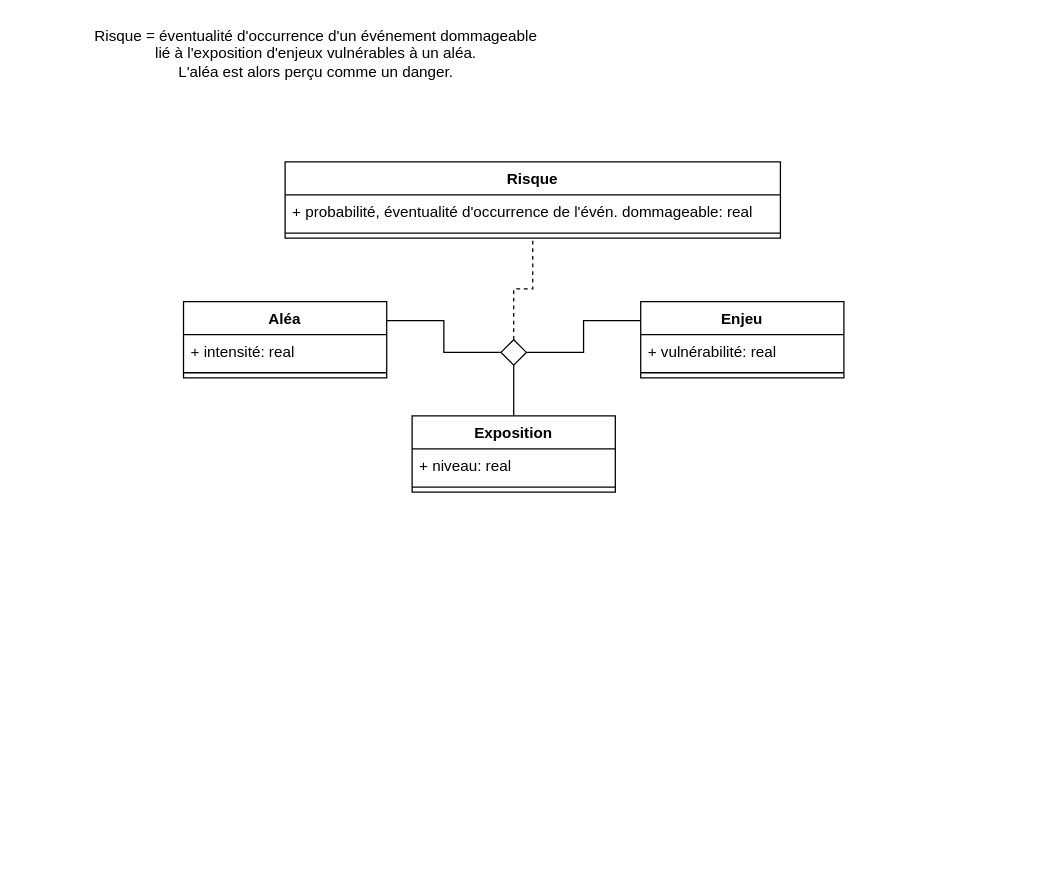
The draw.io diagram risk_ternary_association.drawio in EmmanuelRouxIRD/PROGYSAT-VecTrans, before the edit. Source tidied: cells renumbered, new cells numbered last; positions are measured from the earlier drawing's top-left corner, leaving out a move shared by most shapes. Both pictures are drawn from the tidied source at 127%, with x=0, y=0 at pixel (86, 22).
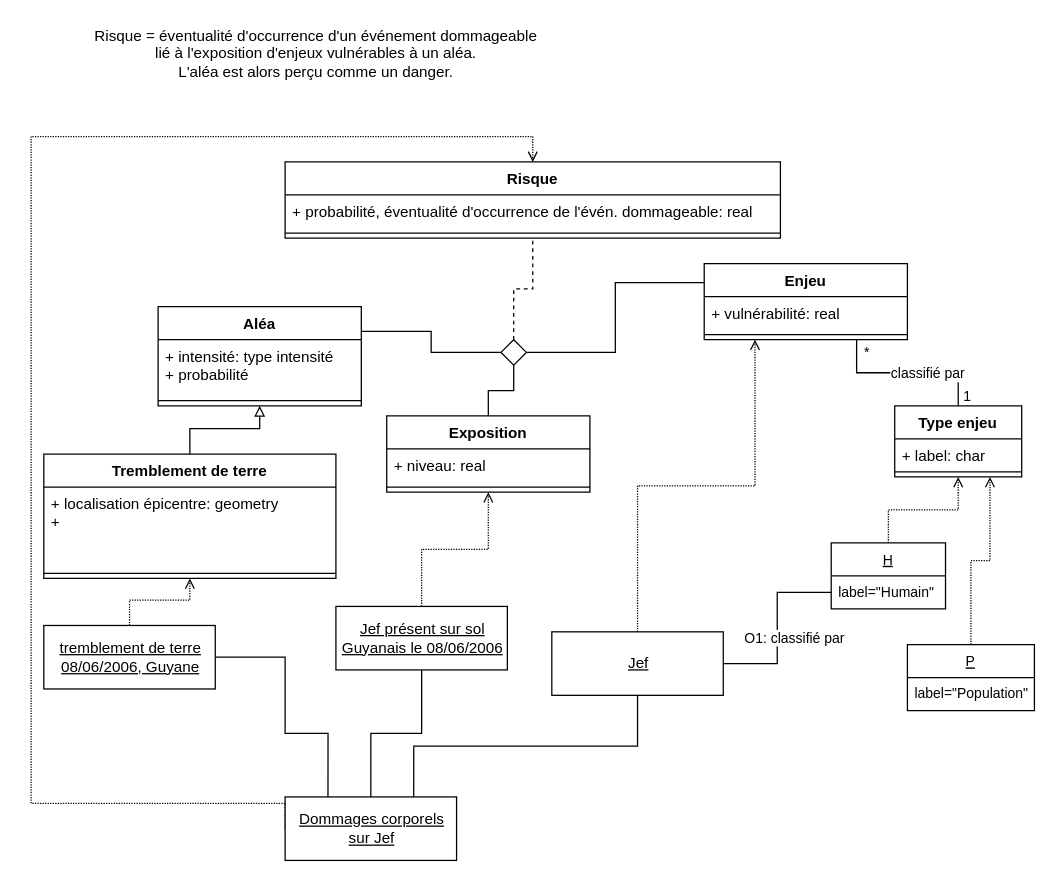
After the change.

Unchanged cells that the change refers to:
```xml
<mxCell id="17" value="Risque" style="swimlane;fontStyle=1;align=center;verticalAlign=top;horizontal=1;startSize=26;" parent="1" vertex="1">
  <mxGeometry x="156" y="110" width="390" height="60" as="geometry" />
</mxCell>
```

What changed in the source:
```diff
@@
     <mxCell id="2" value="Exposition" style="swimlane;fontStyle=1;align=center;verticalAlign=top;horizontal=1;startSize=26;" parent="1" vertex="1">
-      <mxGeometry x="256" y="310" width="160" height="60" as="geometry" />
+      <mxGeometry x="236" y="310" width="160" height="60" as="geometry" />
     </mxCell>
@@
+    <mxCell id="20" style="edgeStyle=orthogonalEdgeStyle;shape=connector;rounded=0;jettySize=auto;html=1;entryX=0.5;entryY=0;entryDx=0;entryDy=0;labelBackgroundColor=default;fontFamily=Helvetica;fontSize=11;fontColor=default;endArrow=none;endFill=0;strokeColor=default;exitX=0.75;exitY=1;exitDx=0;exitDy=0;" parent="1" edge="1" source="5" target="39">
+      <mxGeometry relative="1" as="geometry" />
+    </mxCell>
+    <mxCell id="21" value="classifié par" style="edgeLabel;html=1;align=center;verticalAlign=middle;fontSize=11;fontFamily=Helvetica;fontColor=default;" parent="20" vertex="1">
+      <mxGeometry x="0.23" relative="1" as="geometry" />
+    </mxCell>
     <mxCell id="5" value="Enjeu" style="swimlane;fontStyle=1;align=center;verticalAlign=top;horizontal=1;startSize=26;" parent="1" vertex="1">
-      <mxGeometry x="436" y="220" width="160" height="60" as="geometry" />
+      <mxGeometry x="486" y="190" width="160" height="60" as="geometry" />
     </mxCell>
@@
     <mxCell id="8" value="Aléa" style="swimlane;fontStyle=1;align=center;verticalAlign=top;horizontal=1;startSize=26;" parent="1" vertex="1">
-      <mxGeometry x="76" y="220" width="160" height="60" as="geometry" />
+      <mxGeometry x="56" y="224" width="160" height="78" as="geometry" />
     </mxCell>
-    <mxCell id="9" value="+ intensité: real" style="text;strokeColor=none;fillColor=none;align=left;verticalAlign=top;spacingLeft=4;spacingRight=4;overflow=hidden;" parent="8" vertex="1">
-      <mxGeometry y="26" width="160" height="26" as="geometry" />
+    <mxCell id="9" value="+ intensité: type intensité&#10;+ probabilité" style="text;strokeColor=none;fillColor=none;align=left;verticalAlign=top;spacingLeft=4;spacingRight=4;overflow=hidden;" parent="8" vertex="1">
+      <mxGeometry y="26" width="160" height="44" as="geometry" />
     </mxCell>
     <mxCell id="10" style="line;strokeWidth=1;fillColor=none;align=left;verticalAlign=middle;spacingTop=-1;spacingLeft=3;spacingRight=3;labelPosition=right;" parent="8" vertex="1">
-      <mxGeometry y="52" width="160" height="8" as="geometry" />
+      <mxGeometry y="70" width="160" height="8" as="geometry" />
     </mxCell>
@@
+    <mxCell id="22" style="edgeStyle=orthogonalEdgeStyle;rounded=0;jettySize=auto;html=1;dashed=1;dashPattern=1 1;endArrow=open;endFill=0;entryX=0.5;entryY=1;entryDx=0;entryDy=0;" parent="1" edge="1" source="24" target="33">
+      <mxGeometry relative="1" as="geometry" />
+    </mxCell>
+    <mxCell id="23" style="edgeStyle=orthogonalEdgeStyle;shape=connector;rounded=0;jettySize=auto;html=1;exitX=1;exitY=0.5;exitDx=0;exitDy=0;entryX=0.25;entryY=0;entryDx=0;entryDy=0;labelBackgroundColor=default;fontFamily=Helvetica;fontSize=11;fontColor=default;endArrow=none;endFill=0;strokeColor=default;" parent="1" edge="1" source="24" target="38">
+      <mxGeometry relative="1" as="geometry">
+        <Array as="points">
+          <mxPoint x="156" y="500" />
+          <mxPoint x="156" y="560" />
+          <mxPoint x="190" y="560" />
+        </Array>
+      </mxGeometry>
+    </mxCell>
+    <mxCell id="24" value="&lt;u&gt;tremblement de terre&lt;br&gt;08/06/2006, Guyane&lt;/u&gt;" style="html=1;" parent="1" vertex="1">
+      <mxGeometry x="-34" y="475" width="135" height="50" as="geometry" />
+    </mxCell>
+    <mxCell id="25" style="edgeStyle=orthogonalEdgeStyle;rounded=0;jettySize=auto;html=1;dashed=1;dashPattern=1 1;endArrow=open;endFill=0;entryX=0.25;entryY=1;entryDx=0;entryDy=0;" parent="1" edge="1" source="28" target="5">
+      <mxGeometry relative="1" as="geometry" />
+    </mxCell>
+    <mxCell id="26" style="edgeStyle=orthogonalEdgeStyle;shape=connector;rounded=0;jettySize=auto;html=1;entryX=0;entryY=0.5;entryDx=0;entryDy=0;labelBackgroundColor=default;fontFamily=Helvetica;fontSize=11;fontColor=default;endArrow=none;endFill=0;strokeColor=default;exitX=1;exitY=0.5;exitDx=0;exitDy=0;" parent="1" edge="1" source="28" target="46">
+      <mxGeometry relative="1" as="geometry" />
+    </mxCell>
+    <mxCell id="27" value="O1: classifié par" style="edgeLabel;html=1;align=center;verticalAlign=middle;fontSize=11;fontFamily=Helvetica;fontColor=default;" parent="26" vertex="1">
+      <mxGeometry x="-0.34" y="1" relative="1" as="geometry">
+        <mxPoint x="14" y="-16" as="offset" />
+      </mxGeometry>
+    </mxCell>
+    <mxCell id="28" value="&lt;u&gt;Jef&lt;/u&gt;" style="html=1;" parent="1" vertex="1">
+      <mxGeometry x="366" y="480" width="135" height="50" as="geometry" />
+    </mxCell>
+    <mxCell id="29" style="edgeStyle=orthogonalEdgeStyle;rounded=0;jettySize=auto;html=1;entryX=0.5;entryY=1;entryDx=0;entryDy=0;endArrow=open;endFill=0;dashed=1;dashPattern=1 1;" parent="1" edge="1" source="31" target="2">
+      <mxGeometry relative="1" as="geometry" />
+    </mxCell>
+    <mxCell id="30" style="edgeStyle=orthogonalEdgeStyle;shape=connector;rounded=0;jettySize=auto;html=1;exitX=0.5;exitY=1;exitDx=0;exitDy=0;entryX=0.5;entryY=0;entryDx=0;entryDy=0;labelBackgroundColor=default;fontFamily=Helvetica;fontSize=11;fontColor=default;endArrow=none;endFill=0;strokeColor=default;" parent="1" edge="1" source="31" target="38">
+      <mxGeometry relative="1" as="geometry" />
+    </mxCell>
+    <mxCell id="31" value="&lt;u&gt;Jef présent sur sol&lt;br&gt;Guyanais le 08/06/2006&lt;/u&gt;" style="html=1;" parent="1" vertex="1">
+      <mxGeometry x="196" y="460" width="135" height="50" as="geometry" />
+    </mxCell>
+    <mxCell id="32" style="edgeStyle=orthogonalEdgeStyle;rounded=0;jettySize=auto;html=1;entryX=0.5;entryY=1;entryDx=0;entryDy=0;endArrow=block;endFill=0;" parent="1" edge="1" source="33" target="8">
+      <mxGeometry relative="1" as="geometry" />
+    </mxCell>
+    <mxCell id="33" value="Tremblement de terre" style="swimlane;fontStyle=1;align=center;verticalAlign=top;horizontal=1;startSize=26;" parent="1" vertex="1">
+      <mxGeometry x="-34" y="340" width="230" height="98" as="geometry" />
+    </mxCell>
+    <mxCell id="34" value="+ localisation épicentre: geometry&#10;+ &#10;" style="text;strokeColor=none;fillColor=none;align=left;verticalAlign=top;spacingLeft=4;spacingRight=4;overflow=hidden;" parent="33" vertex="1">
+      <mxGeometry y="26" width="230" height="64" as="geometry" />
+    </mxCell>
+    <mxCell id="35" style="line;strokeWidth=1;fillColor=none;align=left;verticalAlign=middle;spacingTop=-1;spacingLeft=3;spacingRight=3;labelPosition=right;" parent="33" vertex="1">
+      <mxGeometry y="90" width="230" height="8" as="geometry" />
+    </mxCell>
+    <mxCell id="36" style="edgeStyle=orthogonalEdgeStyle;rounded=0;jettySize=auto;html=1;entryX=0.5;entryY=0;entryDx=0;entryDy=0;endArrow=open;endFill=0;dashed=1;dashPattern=1 1;exitX=0;exitY=0.5;exitDx=0;exitDy=0;" parent="1" edge="1" source="38" target="17">
+      <mxGeometry relative="1" as="geometry">
+        <Array as="points">
+          <mxPoint x="-44" y="615" />
+          <mxPoint x="-44" y="90" />
+          <mxPoint x="351" y="90" />
+        </Array>
+      </mxGeometry>
+    </mxCell>
+    <mxCell id="37" style="edgeStyle=orthogonalEdgeStyle;shape=connector;rounded=0;jettySize=auto;html=1;entryX=0.5;entryY=1;entryDx=0;entryDy=0;labelBackgroundColor=default;fontFamily=Helvetica;fontSize=11;fontColor=default;endArrow=none;endFill=0;strokeColor=default;exitX=0.75;exitY=0;exitDx=0;exitDy=0;" parent="1" edge="1" source="38" target="28">
+      <mxGeometry relative="1" as="geometry" />
+    </mxCell>
+    <mxCell id="38" value="&lt;u&gt;Dommages corporels&lt;br&gt;sur Jef&lt;/u&gt;" style="html=1;" parent="1" vertex="1">
+      <mxGeometry x="156" y="610" width="135" height="50" as="geometry" />
+    </mxCell>
+    <mxCell id="39" value="Type enjeu" style="swimlane;fontStyle=1;align=center;verticalAlign=top;horizontal=1;startSize=26;" parent="1" vertex="1">
+      <mxGeometry x="636" y="302" width="100" height="56" as="geometry" />
+    </mxCell>
+    <mxCell id="40" value="+ label: char" style="text;strokeColor=none;fillColor=none;align=left;verticalAlign=top;spacingLeft=4;spacingRight=4;overflow=hidden;" parent="39" vertex="1">
+      <mxGeometry y="26" width="100" height="22" as="geometry" />
+    </mxCell>
+    <mxCell id="41" style="line;strokeWidth=1;fillColor=none;align=left;verticalAlign=middle;spacingTop=-1;spacingLeft=3;spacingRight=3;labelPosition=right;" parent="39" vertex="1">
+      <mxGeometry y="48" width="100" height="8" as="geometry" />
+    </mxCell>
+    <mxCell id="42" value="1" style="text;html=1;align=center;verticalAlign=middle;strokeColor=none;fillColor=none;fontSize=11;fontFamily=Helvetica;fontColor=default;" parent="1" vertex="1">
+      <mxGeometry x="682.5" y="285" width="20" height="20" as="geometry" />
+    </mxCell>
+    <mxCell id="43" value="*" style="text;html=1;align=center;verticalAlign=middle;strokeColor=none;fillColor=none;fontSize=11;fontFamily=Helvetica;fontColor=default;" parent="1" vertex="1">
+      <mxGeometry x="603.5" y="250" width="20" height="20" as="geometry" />
+    </mxCell>
+    <mxCell id="44" style="edgeStyle=orthogonalEdgeStyle;shape=connector;rounded=0;jettySize=auto;html=1;entryX=0.5;entryY=1;entryDx=0;entryDy=0;labelBackgroundColor=default;fontFamily=Helvetica;fontSize=11;fontColor=default;endArrow=open;endFill=0;strokeColor=default;dashed=1;dashPattern=1 1;" parent="1" edge="1" source="45" target="39">
+      <mxGeometry relative="1" as="geometry" />
+    </mxCell>
+    <mxCell id="45" value="H" style="swimlane;fontStyle=4;horizontal=1;startSize=26;fillColor=none;fontFamily=Helvetica;fontSize=11;fontColor=default;" parent="1" vertex="1">
+      <mxGeometry x="586" y="410" width="90" height="52" as="geometry" />
+    </mxCell>
+    <mxCell id="46" value="label=&quot;Humain&quot;" style="text;strokeColor=none;fillColor=none;align=left;verticalAlign=top;spacingLeft=4;spacingRight=4;overflow=hidden;points=[[0,0.5],[1,0.5]];portConstraint=eastwest;fontFamily=Helvetica;fontSize=11;fontColor=default;" parent="45" vertex="1">
+      <mxGeometry y="26" width="90" height="26" as="geometry" />
+    </mxCell>
+    <mxCell id="47" style="edgeStyle=orthogonalEdgeStyle;shape=connector;rounded=0;jettySize=auto;html=1;entryX=0.75;entryY=1;entryDx=0;entryDy=0;labelBackgroundColor=default;fontFamily=Helvetica;fontSize=11;fontColor=default;endArrow=open;endFill=0;strokeColor=default;dashed=1;dashPattern=1 1;" parent="1" edge="1" source="48" target="39">
+      <mxGeometry relative="1" as="geometry" />
+    </mxCell>
+    <mxCell id="48" value="P" style="swimlane;fontStyle=4;horizontal=1;startSize=26;fillColor=none;fontFamily=Helvetica;fontSize=11;fontColor=default;" parent="1" vertex="1">
+      <mxGeometry x="646" y="490" width="100" height="52" as="geometry" />
+    </mxCell>
+    <mxCell id="49" value="label=&quot;Population&quot;" style="text;strokeColor=none;fillColor=none;align=left;verticalAlign=top;spacingLeft=4;spacingRight=4;overflow=hidden;fontFamily=Helvetica;fontSize=11;fontColor=default;" parent="48" vertex="1">
+      <mxGeometry y="26" width="100" height="26" as="geometry" />
+    </mxCell>
```
